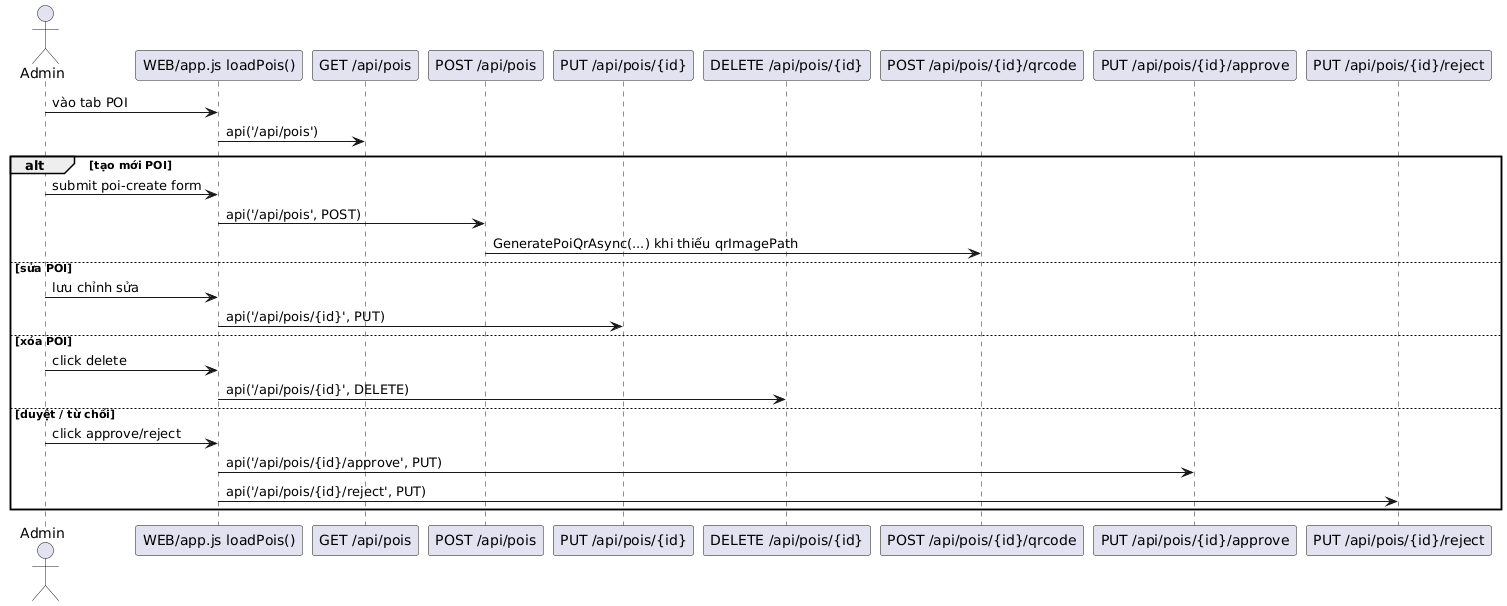
The PlantUML diagram Diagrams/SE Admin QuanLyPOI.png in hoangtri22/TravelGuide, before a commit. The source it was exported from:
```plantuml
@startuml
actor "Admin" as A
participant "WEB/app.js loadPois()" as JS
participant "GET /api/pois" as GETPOI
participant "POST /api/pois" as POSTPOI
participant "PUT /api/pois/{id}" as PUTPOI
participant "DELETE /api/pois/{id}" as DELPOI
participant "POST /api/pois/{id}/qrcode" as QRCODE
participant "PUT /api/pois/{id}/approve" as APPROVE
participant "PUT /api/pois/{id}/reject" as REJECT

A -> JS: vào tab POI
JS -> GETPOI: api('/api/pois')
alt tạo mới POI
  A -> JS: submit poi-create form
  JS -> POSTPOI: api('/api/pois', POST)
  POSTPOI -> QRCODE: GeneratePoiQrAsync(...) khi thiếu qrImagePath
else sửa POI
  A -> JS: lưu chỉnh sửa
  JS -> PUTPOI: api('/api/pois/{id}', PUT)
else xóa POI
  A -> JS: click delete
  JS -> DELPOI: api('/api/pois/{id}', DELETE)
else duyệt / từ chối
  A -> JS: click approve/reject
  JS -> APPROVE: api('/api/pois/{id}/approve', PUT)
  JS -> REJECT: api('/api/pois/{id}/reject', PUT)
end
@enduml
```
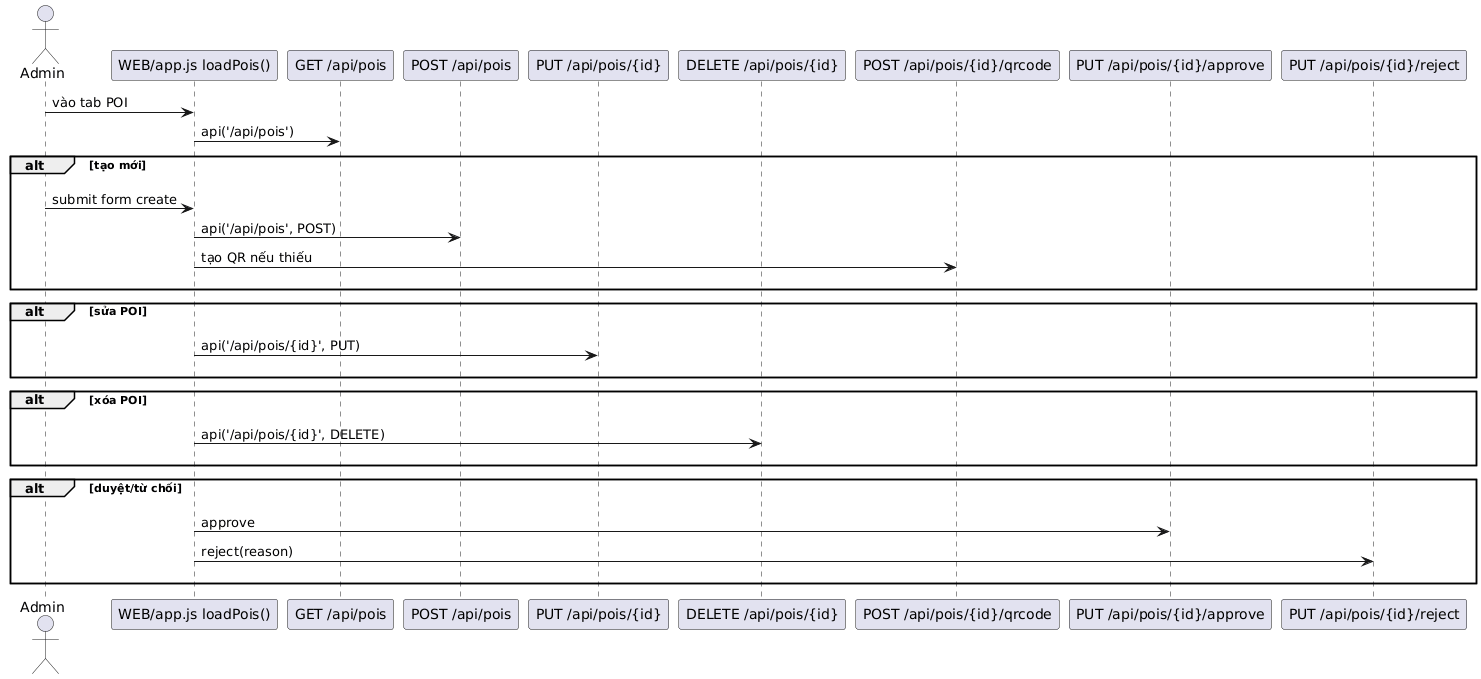
Later version of the same file.

What changed in the source:
```diff
@@ -1,29 +1,36 @@
 @startuml
-actor "Admin" as A
-participant "WEB/app.js loadPois()" as JS
-participant "GET /api/pois" as GETPOI
-participant "POST /api/pois" as POSTPOI
-participant "PUT /api/pois/{id}" as PUTPOI
-participant "DELETE /api/pois/{id}" as DELPOI
-participant "POST /api/pois/{id}/qrcode" as QRCODE
-participant "PUT /api/pois/{id}/approve" as APPROVE
-participant "PUT /api/pois/{id}/reject" as REJECT
-
-A -> JS: vào tab POI
-JS -> GETPOI: api('/api/pois')
-alt tạo mới POI
-  A -> JS: submit poi-create form
-  JS -> POSTPOI: api('/api/pois', POST)
-  POSTPOI -> QRCODE: GeneratePoiQrAsync(...) khi thiếu qrImagePath
-else sửa POI
-  A -> JS: lưu chỉnh sửa
-  JS -> PUTPOI: api('/api/pois/{id}', PUT)
-else xóa POI
-  A -> JS: click delete
-  JS -> DELPOI: api('/api/pois/{id}', DELETE)
-else duyệt / từ chối
-  A -> JS: click approve/reject
-  JS -> APPROVE: api('/api/pois/{id}/approve', PUT)
-  JS -> REJECT: api('/api/pois/{id}/reject', PUT)
+actor Admin as A
+participant "WEB/app.js loadPois()" as FE
+participant "GET /api/pois" as GET
+participant "POST /api/pois" as POST
+participant "PUT /api/pois/{id}" as PUT
+participant "DELETE /api/pois/{id}" as DEL
+participant "POST /api/pois/{id}/qrcode" as QR
+participant "PUT /api/pois/{id}/approve" as APP
+participant "PUT /api/pois/{id}/reject" as REJ
+A -> FE : vào tab POI
+FE -> GET : api('/api/pois')
+alt tạo mới
+  A -[hidden]-> REJ
+  A -> FE : submit form create
+  FE -> POST : api('/api/pois', POST)
+  FE -> QR : tạo QR nếu thiếu
+  REJ -[hidden]-> A
+end
+alt sửa POI
+  A -[hidden]-> REJ
+  FE -> PUT : api('/api/pois/{id}', PUT)
+  REJ -[hidden]-> A
+end
+alt xóa POI
+  A -[hidden]-> REJ
+  FE -> DEL : api('/api/pois/{id}', DELETE)
+  REJ -[hidden]-> A
+end
+alt duyệt/từ chối
+  A -[hidden]-> REJ
+  FE -> APP : approve
+  FE -> REJ : reject(reason)
+  REJ -[hidden]-> A
 end
 @enduml
```
